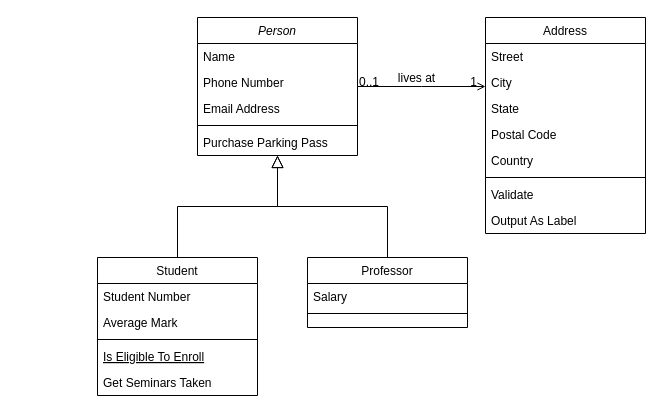
This is Диаграмма без названия.drawio from sologen1982/goit-pycore-hw-08, a draw.io file, before an edit. Source tidied: cells renumbered, new cells numbered last; positions are measured from the earlier drawing's top-left corner, leaving out a move shared by most shapes. Both pictures are drawn from the tidied source at 100%, with x=0, y=0 at pixel (97, 17).
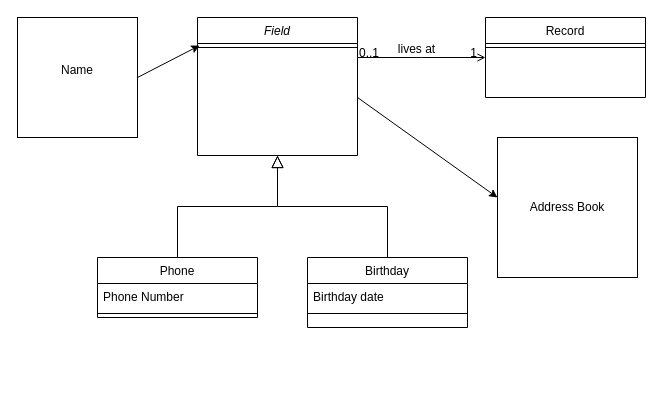
The same diagram, later.

Diff of the diagram source:
```diff
@@
-    <mxCell id="2" value="Person" style="swimlane;fontStyle=2;align=center;verticalAlign=top;horizontal=1;startSize=26;rounded=0;shadow=0;strokeWidth=1;" parent="1" vertex="1">
+    <mxCell id="2" value="Field&#10;" style="swimlane;fontStyle=2;align=center;verticalAlign=top;horizontal=1;startSize=26;rounded=0;shadow=0;strokeWidth=1;" parent="1" vertex="1">
       <mxGeometry x="100" width="160" height="138" as="geometry" />
     </mxCell>
-    <mxCell id="3" value="Name" style="text;align=left;verticalAlign=top;spacingLeft=4;spacingRight=4;overflow=hidden;points=[[0,0.5],[1,0.5]];portConstraint=eastwest;" parent="2" vertex="1">
-      <mxGeometry y="26" width="160" height="26" as="geometry" />
-    </mxCell>
-    <mxCell id="4" value="Phone Number" style="text;align=left;verticalAlign=top;spacingLeft=4;spacingRight=4;overflow=hidden;rounded=0;shadow=0;html=0;" parent="2" vertex="1">
-      <mxGeometry y="52" width="160" height="26" as="geometry" />
-    </mxCell>
-    <mxCell id="5" value="Email Address" style="text;align=left;verticalAlign=top;spacingLeft=4;spacingRight=4;overflow=hidden;rounded=0;shadow=0;html=0;" parent="2" vertex="1">
-      <mxGeometry y="78" width="160" height="26" as="geometry" />
-    </mxCell>
     <mxCell id="6" style="line;html=1;strokeWidth=1;align=left;verticalAlign=middle;spacingTop=-1;spacingLeft=3;spacingRight=3;labelPosition=right;" parent="2" vertex="1">
-      <mxGeometry y="104" width="160" height="8" as="geometry" />
+      <mxGeometry y="26" width="160" height="8" as="geometry" />
     </mxCell>
-    <mxCell id="7" value="Purchase Parking Pass" style="text;align=left;verticalAlign=top;spacingLeft=4;spacingRight=4;overflow=hidden;" parent="2" vertex="1">
-      <mxGeometry y="112" width="160" height="26" as="geometry" />
-    </mxCell>
-    <mxCell id="8" value="Student" style="swimlane;fontStyle=0;align=center;verticalAlign=top;horizontal=1;startSize=26;rounded=0;shadow=0;strokeWidth=1;" parent="1" vertex="1">
-      <mxGeometry y="240" width="160" height="138" as="geometry" />
+    <mxCell id="8" value="Phone" style="swimlane;fontStyle=0;align=center;verticalAlign=top;horizontal=1;startSize=26;rounded=0;shadow=0;strokeWidth=1;" parent="1" vertex="1">
+      <mxGeometry y="240" width="160" height="60" as="geometry" />
     </mxCell>
-    <mxCell id="9" value="Student Number" style="text;align=left;verticalAlign=top;spacingLeft=4;spacingRight=4;overflow=hidden;" parent="8" vertex="1">
+    <mxCell id="9" value="Phone Number" style="text;align=left;verticalAlign=top;spacingLeft=4;spacingRight=4;overflow=hidden;" parent="8" vertex="1">
       <mxGeometry y="26" width="160" height="26" as="geometry" />
     </mxCell>
-    <mxCell id="10" value="Average Mark" style="text;align=left;verticalAlign=top;spacingLeft=4;spacingRight=4;overflow=hidden;rounded=0;shadow=0;html=0;" parent="8" vertex="1">
-      <mxGeometry y="52" width="160" height="26" as="geometry" />
-    </mxCell>
     <mxCell id="11" style="line;html=1;strokeWidth=1;align=left;verticalAlign=middle;spacingTop=-1;spacingLeft=3;spacingRight=3;labelPosition=right;" parent="8" vertex="1">
-      <mxGeometry y="78" width="160" height="8" as="geometry" />
+      <mxGeometry y="52" width="160" height="8" as="geometry" />
     </mxCell>
-    <mxCell id="12" value="Is Eligible To Enroll" style="text;align=left;verticalAlign=top;spacingLeft=4;spacingRight=4;overflow=hidden;fontStyle=4;" parent="8" vertex="1">
-      <mxGeometry y="86" width="160" height="26" as="geometry" />
-    </mxCell>
-    <mxCell id="13" value="Get Seminars Taken" style="text;align=left;verticalAlign=top;spacingLeft=4;spacingRight=4;overflow=hidden;" parent="8" vertex="1">
-      <mxGeometry y="112" width="160" height="26" as="geometry" />
-    </mxCell>
@@
-    <mxCell id="15" value="Professor" style="swimlane;fontStyle=0;align=center;verticalAlign=top;horizontal=1;startSize=26;rounded=0;shadow=0;strokeWidth=1;" parent="1" vertex="1">
+    <mxCell id="15" value="Birthday&#10;" style="swimlane;fontStyle=0;align=center;verticalAlign=top;horizontal=1;startSize=26;rounded=0;shadow=0;strokeWidth=1;" parent="1" vertex="1">
       <mxGeometry x="210" y="240" width="160" height="70" as="geometry" />
     </mxCell>
-    <mxCell id="16" value="Salary" style="text;align=left;verticalAlign=top;spacingLeft=4;spacingRight=4;overflow=hidden;" parent="15" vertex="1">
+    <mxCell id="16" value="Birthday date" style="text;align=left;verticalAlign=top;spacingLeft=4;spacingRight=4;overflow=hidden;" parent="15" vertex="1">
       <mxGeometry y="26" width="160" height="26" as="geometry" />
     </mxCell>
@@
-    <mxCell id="19" value="Address" style="swimlane;fontStyle=0;align=center;verticalAlign=top;horizontal=1;startSize=26;rounded=0;shadow=0;strokeWidth=1;" parent="1" vertex="1">
-      <mxGeometry x="388" width="160" height="216" as="geometry" />
+    <mxCell id="19" value="Record" style="swimlane;fontStyle=0;align=center;verticalAlign=top;horizontal=1;startSize=26;rounded=0;shadow=0;strokeWidth=1;" parent="1" vertex="1">
+      <mxGeometry x="388" width="160" height="80" as="geometry" />
     </mxCell>
-    <mxCell id="20" value="Street" style="text;align=left;verticalAlign=top;spacingLeft=4;spacingRight=4;overflow=hidden;" parent="19" vertex="1">
-      <mxGeometry y="26" width="160" height="26" as="geometry" />
-    </mxCell>
-    <mxCell id="21" value="City" style="text;align=left;verticalAlign=top;spacingLeft=4;spacingRight=4;overflow=hidden;rounded=0;shadow=0;html=0;" parent="19" vertex="1">
-      <mxGeometry y="52" width="160" height="26" as="geometry" />
-    </mxCell>
-    <mxCell id="22" value="State" style="text;align=left;verticalAlign=top;spacingLeft=4;spacingRight=4;overflow=hidden;rounded=0;shadow=0;html=0;" parent="19" vertex="1">
-      <mxGeometry y="78" width="160" height="26" as="geometry" />
-    </mxCell>
-    <mxCell id="23" value="Postal Code" style="text;align=left;verticalAlign=top;spacingLeft=4;spacingRight=4;overflow=hidden;rounded=0;shadow=0;html=0;" parent="19" vertex="1">
-      <mxGeometry y="104" width="160" height="26" as="geometry" />
-    </mxCell>
-    <mxCell id="24" value="Country" style="text;align=left;verticalAlign=top;spacingLeft=4;spacingRight=4;overflow=hidden;rounded=0;shadow=0;html=0;" parent="19" vertex="1">
-      <mxGeometry y="130" width="160" height="26" as="geometry" />
-    </mxCell>
     <mxCell id="25" style="line;html=1;strokeWidth=1;align=left;verticalAlign=middle;spacingTop=-1;spacingLeft=3;spacingRight=3;labelPosition=right;" parent="19" vertex="1">
-      <mxGeometry y="156" width="160" height="8" as="geometry" />
+      <mxGeometry y="26" width="160" height="8" as="geometry" />
     </mxCell>
-    <mxCell id="26" value="Validate" style="text;align=left;verticalAlign=top;spacingLeft=4;spacingRight=4;overflow=hidden;" parent="19" vertex="1">
-      <mxGeometry y="164" width="160" height="26" as="geometry" />
-    </mxCell>
-    <mxCell id="27" value="Output As Label" style="text;align=left;verticalAlign=top;spacingLeft=4;spacingRight=4;overflow=hidden;" parent="19" vertex="1">
-      <mxGeometry y="190" width="160" height="26" as="geometry" />
-    </mxCell>
@@
+    <mxCell id="3" value="Name&lt;div&gt;&lt;br&gt;&lt;/div&gt;" style="whiteSpace=wrap;html=1;" parent="1" vertex="1">
+      <mxGeometry x="-80" width="120" height="120" as="geometry" />
+    </mxCell>
+    <mxCell id="32" style="endArrow=classic;html=1;rounded=0;entryX=0.013;entryY=0.077;entryDx=0;entryDy=0;entryPerimeter=0;exitX=1;exitY=0.5;exitDx=0;exitDy=0;" parent="1" edge="1" source="3">
+      <mxGeometry relative="1" as="geometry">
+        <mxPoint x="102.1" y="28" as="targetPoint" />
+      </mxGeometry>
+    </mxCell>
+    <mxCell id="33" value="Address Book" style="whiteSpace=wrap;html=1;" parent="1" vertex="1">
+      <mxGeometry x="400" y="120" width="140" height="140" as="geometry" />
+    </mxCell>
+    <mxCell id="34" style="endArrow=classic;html=1;rounded=0;entryX=0;entryY=0.429;entryDx=0;entryDy=0;entryPerimeter=0;" parent="1" edge="1" target="33">
+      <mxGeometry relative="1" as="geometry">
+        <mxPoint x="260" y="80" as="sourcePoint" />
+      </mxGeometry>
+    </mxCell>
```
